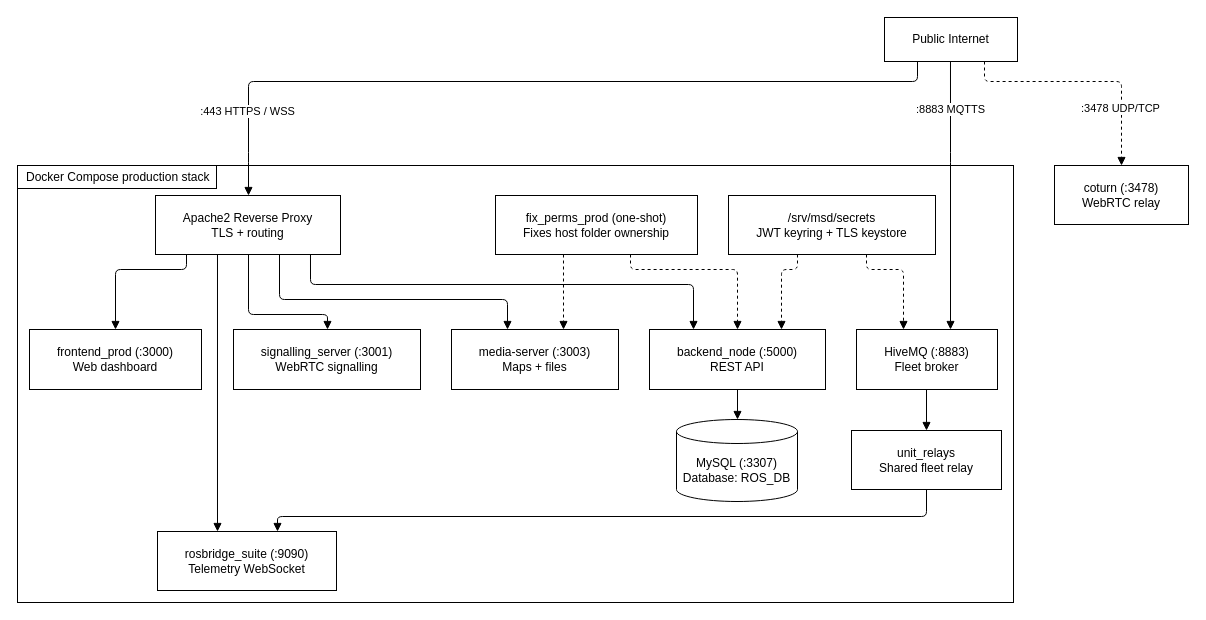
Above: docs/setup/diagrams/server-setup-system-topology.drawio in itbdelaboprogramming/msd700_documentation (draw.io), before the change. Source tidied: cells renumbered, new cells numbered last; positions are measured from the earlier drawing's top-left corner, leaving out a move shared by most shapes. Both pictures are drawn from the tidied source at 100%, with x=0, y=0 at pixel (17, 17).
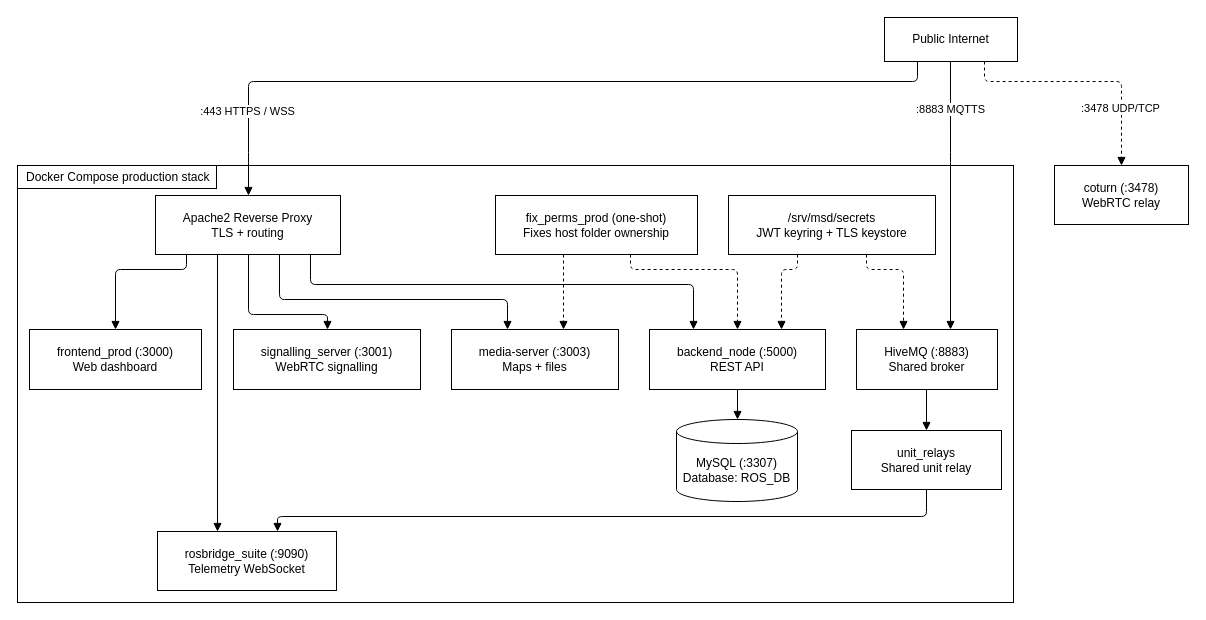
Above is the later version.

Unchanged cells that the change refers to:
```xml
<mxCell id="2" style="rounded=0;html=1;whiteSpace=wrap;fillColor=#ffffff;strokeColor=#000000;" parent="1" vertex="1">
  <mxGeometry y="148" width="996" height="437" as="geometry" />
</mxCell>
```

Diff of the diagram source:
```diff
@@
-    <mxCell id="5" value="HiveMQ (:8883)&lt;br&gt;Fleet broker" style="html=1;whiteSpace=wrap;fillColor=#ffffff;strokeColor=#000000;rounded=0;fontFamily=Helvetica;fontSize=12;fontColor=#000000;" parent="2" vertex="1">
+    <mxCell id="5" value="HiveMQ (:8883)&lt;br&gt;Shared broker" style="html=1;whiteSpace=wrap;fillColor=#ffffff;strokeColor=#000000;rounded=0;fontFamily=Helvetica;fontSize=12;fontColor=#000000;" parent="2" vertex="1">
       <mxGeometry x="839" y="164" width="141" height="60" as="geometry" />
     </mxCell>
@@
-    <mxCell id="12" value="unit_relays&lt;br&gt;Shared fleet relay" style="html=1;whiteSpace=wrap;fillColor=#ffffff;strokeColor=#000000;rounded=0;fontFamily=Helvetica;fontSize=12;fontColor=#000000;" parent="2" vertex="1">
+    <mxCell id="12" value="unit_relays&lt;br&gt;Shared unit relay" style="html=1;whiteSpace=wrap;fillColor=#ffffff;strokeColor=#000000;rounded=0;fontFamily=Helvetica;fontSize=12;fontColor=#000000;" parent="2" vertex="1">
       <mxGeometry x="834" y="265" width="150" height="59" as="geometry" />
     </mxCell>
```
